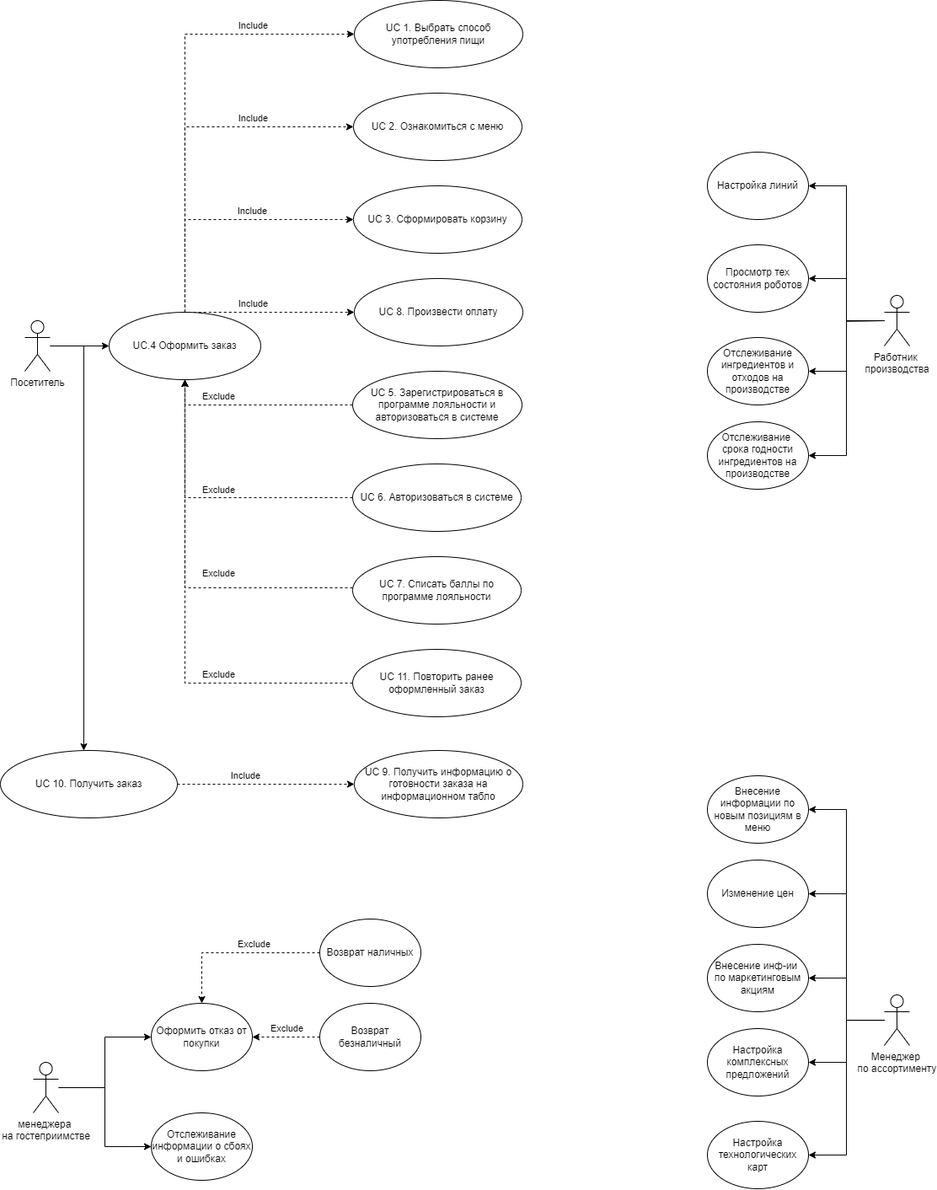
Before: images/UseCase.png, a diagram exported from draw.io (Mimitrii/RoboPoint). Source tidied: cells renumbered, new cells last; positions are measured from the earlier drawing's top-left corner, leaving out a move shared by most shapes.
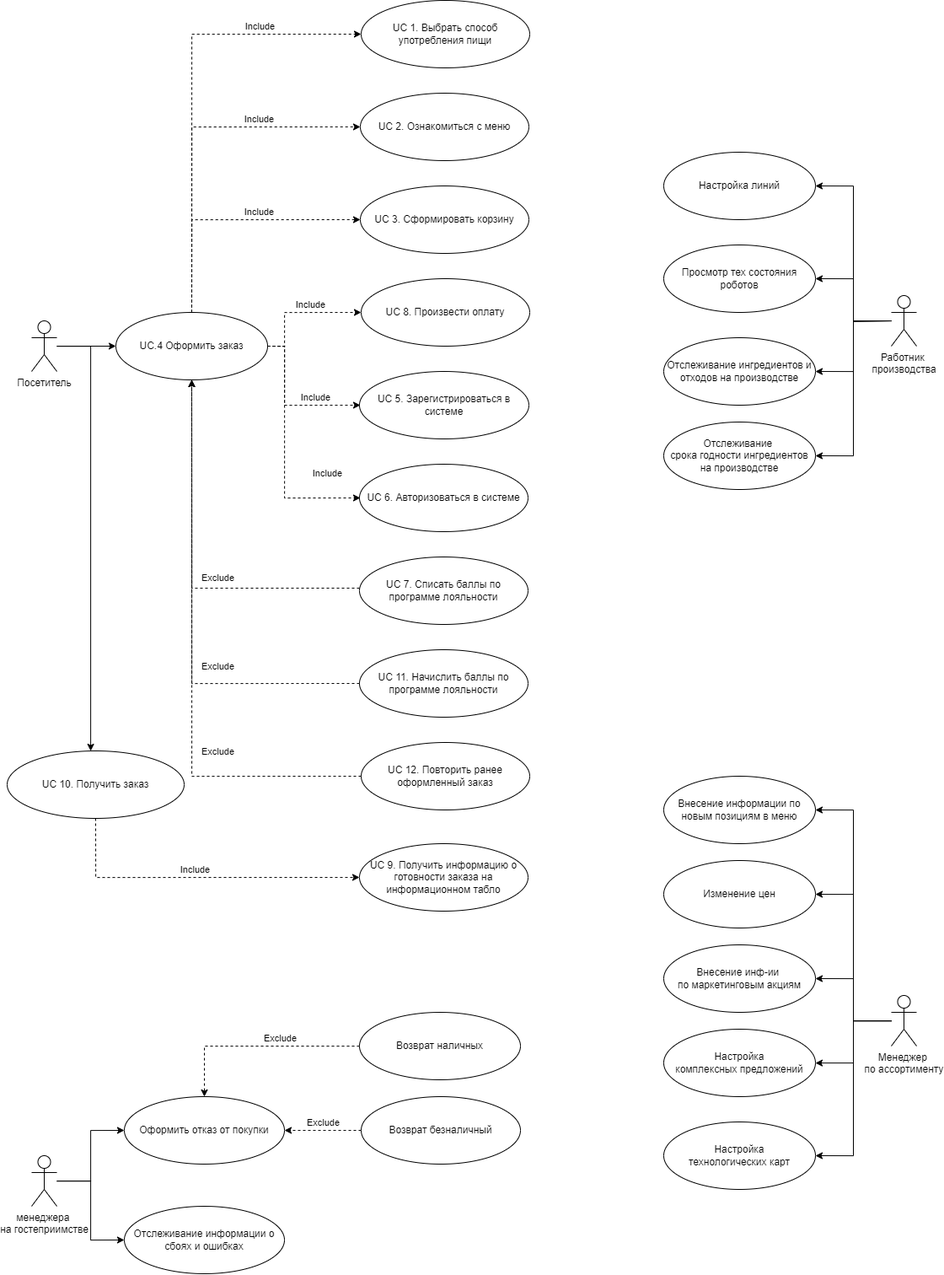
After the commit.

Change to the diagram source:
```diff
@@ -22,7 +22,7 @@
       <mxGeometry relative="1" as="geometry" />
     </mxCell>
     <mxCell id="7" value="менеджера&amp;nbsp;&lt;div&gt;на гостеприимстве&lt;/div&gt;" style="shape=umlActor;verticalLabelPosition=bottom;verticalAlign=top;html=1;outlineConnect=0;" parent="1" vertex="1">
-      <mxGeometry x="39" y="1260" width="30" height="60" as="geometry" />
+      <mxGeometry x="29" y="1370" width="30" height="60" as="geometry" />
     </mxCell>
     <mxCell id="8" style="edgeStyle=orthogonalEdgeStyle;rounded=0;jettySize=auto;html=1;entryX=1;entryY=0.5;entryDx=0;entryDy=0;" parent="1" edge="1" source="9" target="30">
       <mxGeometry relative="1" as="geometry" />
@@ -50,17 +50,17 @@
         <mxPoint x="-11" y="-7" as="offset" />
       </mxGeometry>
     </mxCell>
-    <mxCell id="14" style="edgeStyle=orthogonalEdgeStyle;rounded=0;jettySize=auto;html=1;dashed=1;entryX=0;entryY=0.5;entryDx=0;entryDy=0;" parent="1" edge="1" source="16" target="17">
+    <mxCell id="14" style="edgeStyle=orthogonalEdgeStyle;rounded=0;jettySize=auto;html=1;dashed=1;entryX=0;entryY=0.5;entryDx=0;entryDy=0;exitX=1;exitY=0.5;exitDx=0;exitDy=0;" parent="1" edge="1" source="16" target="17">
       <mxGeometry relative="1" as="geometry">
         <Array as="points">
-          <mxPoint x="319" y="370" />
-          <mxPoint x="319" y="370" />
+          <mxPoint x="329" y="410" />
+          <mxPoint x="329" y="370" />
         </Array>
       </mxGeometry>
     </mxCell>
     <mxCell id="15" value="Include" style="edgeLabel;html=1;align=center;verticalAlign=middle;" parent="14" vertex="1">
       <mxGeometry x="0.23" y="2" relative="1" as="geometry">
-        <mxPoint x="-44" y="-8" as="offset" />
+        <mxPoint x="-3" y="-8" as="offset" />
       </mxGeometry>
     </mxCell>
     <mxCell id="16" value="&lt;div&gt;UC.4 Оформить заказ&lt;/div&gt;" style="ellipse;whiteSpace=wrap;html=1;" parent="1" vertex="1">
@@ -75,14 +75,14 @@
     <mxCell id="19" style="edgeStyle=orthogonalEdgeStyle;rounded=0;jettySize=auto;html=1;entryX=0;entryY=0.5;entryDx=0;entryDy=0;" parent="1" edge="1" source="3" target="16">
       <mxGeometry relative="1" as="geometry" />
     </mxCell>
-    <mxCell id="20" value="UC 5. Зарегистрироваться в программе лояльности и авторизоваться в системе" style="ellipse;whiteSpace=wrap;html=1;" parent="1" vertex="1">
+    <mxCell id="20" value="UC 5. Зарегистрироваться в системе" style="ellipse;whiteSpace=wrap;html=1;" parent="1" vertex="1">
       <mxGeometry x="418" y="440" width="201" height="80" as="geometry" />
     </mxCell>
     <mxCell id="21" value="UC 10. Получить заказ" style="ellipse;whiteSpace=wrap;html=1;" parent="1" vertex="1">
       <mxGeometry y="890" width="210" height="80" as="geometry" />
     </mxCell>
     <mxCell id="22" value="Оформить отказ от покупки" style="ellipse;whiteSpace=wrap;html=1;" parent="1" vertex="1">
-      <mxGeometry x="179" y="1190" width="120" height="80" as="geometry" />
+      <mxGeometry x="139" y="1300" width="190" height="80" as="geometry" />
     </mxCell>
     <mxCell id="23" style="edgeStyle=orthogonalEdgeStyle;rounded=0;jettySize=auto;html=1;dashed=1;" parent="1" edge="1" source="25" target="22">
       <mxGeometry relative="1" as="geometry" />
@@ -93,7 +93,7 @@
       </mxGeometry>
     </mxCell>
     <mxCell id="25" value="Возврат наличных" style="ellipse;whiteSpace=wrap;html=1;" parent="1" vertex="1">
-      <mxGeometry x="379" y="1090" width="120" height="80" as="geometry" />
+      <mxGeometry x="418" y="1200" width="191" height="80" as="geometry" />
     </mxCell>
     <mxCell id="26" style="edgeStyle=orthogonalEdgeStyle;rounded=0;jettySize=auto;html=1;dashed=1;" parent="1" edge="1" source="28" target="22">
       <mxGeometry relative="1" as="geometry" />
@@ -104,13 +104,13 @@
       </mxGeometry>
     </mxCell>
     <mxCell id="28" value="Возврат безналичный" style="ellipse;whiteSpace=wrap;html=1;" parent="1" vertex="1">
-      <mxGeometry x="379" y="1190" width="120" height="80" as="geometry" />
+      <mxGeometry x="420" y="1300" width="189" height="80" as="geometry" />
     </mxCell>
     <mxCell id="29" value="Отслеживание информации о сбоях и ошибках" style="ellipse;whiteSpace=wrap;html=1;" parent="1" vertex="1">
-      <mxGeometry x="179" y="1320" width="120" height="80" as="geometry" />
+      <mxGeometry x="139" y="1430" width="190" height="80" as="geometry" />
     </mxCell>
     <mxCell id="30" value="Просмотр тех состояния роботов" style="ellipse;whiteSpace=wrap;html=1;" parent="1" vertex="1">
-      <mxGeometry x="839" y="290" width="120" height="80" as="geometry" />
+      <mxGeometry x="779" y="290" width="180" height="80" as="geometry" />
     </mxCell>
     <mxCell id="31" style="edgeStyle=orthogonalEdgeStyle;rounded=0;jettySize=auto;html=1;entryX=1;entryY=0.5;entryDx=0;entryDy=0;" parent="1" edge="1" source="36" target="37">
       <mxGeometry relative="1" as="geometry">
@@ -136,37 +136,25 @@
       <mxGeometry x="1049" y="1180" width="30" height="60" as="geometry" />
     </mxCell>
     <mxCell id="37" value="Изменение цен" style="ellipse;whiteSpace=wrap;html=1;" parent="1" vertex="1">
-      <mxGeometry x="839" y="1020" width="120" height="80" as="geometry" />
+      <mxGeometry x="779" y="1020" width="180" height="80" as="geometry" />
     </mxCell>
     <mxCell id="38" value="Внесение инф-ии&amp;nbsp;&lt;div&gt;по маркетинговым акциям&lt;/div&gt;" style="ellipse;whiteSpace=wrap;html=1;" parent="1" vertex="1">
-      <mxGeometry x="839" y="1120" width="120" height="80" as="geometry" />
+      <mxGeometry x="779" y="1120" width="180" height="80" as="geometry" />
     </mxCell>
     <mxCell id="39" value="&lt;div&gt;Настройка&lt;/div&gt;&lt;div&gt;комплексных предложений&lt;/div&gt;" style="ellipse;whiteSpace=wrap;html=1;" parent="1" vertex="1">
-      <mxGeometry x="839" y="1220" width="120" height="80" as="geometry" />
+      <mxGeometry x="779" y="1220" width="180" height="80" as="geometry" />
     </mxCell>
     <mxCell id="40" value="Настройка&lt;div&gt;технологических карт&lt;/div&gt;" style="ellipse;whiteSpace=wrap;html=1;" parent="1" vertex="1">
-      <mxGeometry x="839" y="1330" width="120" height="80" as="geometry" />
+      <mxGeometry x="779" y="1330" width="180" height="80" as="geometry" />
     </mxCell>
     <mxCell id="41" value="Внесение информации по новым позициям в меню" style="ellipse;whiteSpace=wrap;html=1;" parent="1" vertex="1">
-      <mxGeometry x="839" y="920" width="120" height="80" as="geometry" />
+      <mxGeometry x="779" y="920" width="180" height="80" as="geometry" />
     </mxCell>
     <mxCell id="42" value="UC 6.&amp;nbsp;Авторизоваться в системе" style="ellipse;whiteSpace=wrap;html=1;" parent="1" vertex="1">
       <mxGeometry x="418" y="550" width="200" height="80" as="geometry" />
     </mxCell>
-    <mxCell id="43" style="edgeStyle=orthogonalEdgeStyle;rounded=0;jettySize=auto;html=1;dashed=1;exitX=0;exitY=0.5;exitDx=0;exitDy=0;entryX=0.5;entryY=1;entryDx=0;entryDy=0;" parent="1" edge="1" source="42" target="16">
-      <mxGeometry relative="1" as="geometry">
-        <Array as="points">
-          <mxPoint x="219" y="590" />
-        </Array>
-      </mxGeometry>
-    </mxCell>
-    <mxCell id="44" value="Exclude" style="edgeLabel;html=1;align=center;verticalAlign=middle;" parent="43" vertex="1">
-      <mxGeometry x="0.47" y="-1" relative="1" as="geometry">
-        <mxPoint x="39" y="-70" as="offset" />
-      </mxGeometry>
-    </mxCell>
     <mxCell id="45" value="Настройка линий" style="ellipse;whiteSpace=wrap;html=1;" parent="1" vertex="1">
-      <mxGeometry x="839" y="180" width="120" height="80" as="geometry" />
+      <mxGeometry x="779" y="180" width="180" height="80" as="geometry" />
     </mxCell>
     <mxCell id="46" style="edgeStyle=orthogonalEdgeStyle;rounded=0;jettySize=auto;html=1;entryX=1;entryY=0.5;entryDx=0;entryDy=0;" parent="1" edge="1" target="45">
       <mxGeometry relative="1" as="geometry">
@@ -178,10 +166,10 @@
       </mxGeometry>
     </mxCell>
     <mxCell id="47" value="Отслеживание ингредиентов и отходов на производстве" style="ellipse;whiteSpace=wrap;html=1;" parent="1" vertex="1">
-      <mxGeometry x="839" y="400" width="120" height="80" as="geometry" />
+      <mxGeometry x="779" y="400" width="180" height="80" as="geometry" />
     </mxCell>
     <mxCell id="48" value="Отслеживание&amp;nbsp;&lt;div&gt;срока годности ингредиентов на производстве&lt;/div&gt;" style="ellipse;whiteSpace=wrap;html=1;" parent="1" vertex="1">
-      <mxGeometry x="839" y="500" width="120" height="80" as="geometry" />
+      <mxGeometry x="779" y="500" width="180" height="80" as="geometry" />
     </mxCell>
     <mxCell id="49" style="edgeStyle=orthogonalEdgeStyle;rounded=0;jettySize=auto;html=1;entryX=1;entryY=0.5;entryDx=0;entryDy=0;" parent="1" edge="1" target="47">
       <mxGeometry relative="1" as="geometry">
@@ -205,13 +193,13 @@
     </mxCell>
     <mxCell id="53" value="Exclude" style="edgeLabel;html=1;align=center;verticalAlign=middle;" parent="52" vertex="1">
       <mxGeometry x="0.47" y="-1" relative="1" as="geometry">
-        <mxPoint x="39" y="12" as="offset" />
+        <mxPoint x="29" y="222" as="offset" />
       </mxGeometry>
     </mxCell>
     <mxCell id="54" value="UC 9. Получить информацию о готовности заказа на информационном табло" style="ellipse;whiteSpace=wrap;html=1;" parent="1" vertex="1">
-      <mxGeometry x="420" y="890" width="200" height="80" as="geometry" />
+      <mxGeometry x="418" y="1000" width="200" height="80" as="geometry" />
     </mxCell>
-    <mxCell id="55" style="edgeStyle=orthogonalEdgeStyle;rounded=0;jettySize=auto;html=1;dashed=1;entryX=0;entryY=0.5;entryDx=0;entryDy=0;" parent="1" edge="1" source="21" target="54">
+    <mxCell id="55" style="edgeStyle=orthogonalEdgeStyle;rounded=0;jettySize=auto;html=1;dashed=1;entryX=0;entryY=0.5;entryDx=0;entryDy=0;exitX=0.5;exitY=1;exitDx=0;exitDy=0;" parent="1" edge="1" source="21" target="54">
       <mxGeometry relative="1" as="geometry" />
     </mxCell>
     <mxCell id="56" value="Include" style="edgeLabel;html=1;align=center;verticalAlign=middle;" parent="55" vertex="1">
@@ -234,32 +222,66 @@
         <mxPoint x="41" y="-9" as="offset" />
       </mxGeometry>
     </mxCell>
-    <mxCell id="60" value="UC 11. Повторить ранее оформленный заказ" style="ellipse;whiteSpace=wrap;html=1;" parent="1" vertex="1">
-      <mxGeometry x="418" y="770" width="200" height="80" as="geometry" />
+    <mxCell id="60" value="UC 12. Повторить ранее оформленный заказ" style="ellipse;whiteSpace=wrap;html=1;" parent="1" vertex="1">
+      <mxGeometry x="420" y="880" width="200" height="80" as="geometry" />
     </mxCell>
-    <mxCell id="61" style="edgeStyle=orthogonalEdgeStyle;rounded=0;jettySize=auto;html=1;dashed=1;exitX=0;exitY=0.5;exitDx=0;exitDy=0;" parent="1" edge="1" source="60" target="16">
+    <mxCell id="61" style="edgeStyle=orthogonalEdgeStyle;rounded=0;jettySize=auto;html=1;dashed=1;exitX=0;exitY=0.5;exitDx=0;exitDy=0;" parent="1" edge="1" source="60">
       <mxGeometry relative="1" as="geometry">
+        <mxPoint x="219" y="450" as="targetPoint" />
         <Array as="points">
-          <mxPoint x="219" y="810" />
+          <mxPoint x="219" y="920" />
         </Array>
       </mxGeometry>
     </mxCell>
     <mxCell id="62" value="Exclude" style="edgeLabel;html=1;align=center;verticalAlign=middle;" parent="61" vertex="1">
       <mxGeometry x="0.47" y="-1" relative="1" as="geometry">
-        <mxPoint x="39" y="82" as="offset" />
+        <mxPoint x="29" y="56" as="offset" />
       </mxGeometry>
     </mxCell>
-    <mxCell id="63" style="edgeStyle=orthogonalEdgeStyle;rounded=0;jettySize=auto;html=1;dashed=1;exitX=0;exitY=0.5;exitDx=0;exitDy=0;entryX=0.5;entryY=1;entryDx=0;entryDy=0;" parent="1" edge="1" source="20" target="16">
-      <mxGeometry relative="1" as="geometry">
-        <Array as="points">
-          <mxPoint x="219" y="480" />
-        </Array>
-      </mxGeometry>
-    </mxCell>
-    <mxCell id="64" value="Exclude" style="edgeLabel;html=1;align=center;verticalAlign=middle;" parent="63" vertex="1">
-      <mxGeometry x="0.47" y="-1" relative="1" as="geometry">
-        <mxPoint x="9" y="321" as="offset" />
-      </mxGeometry>
-    </mxCell>
+    <mxCell id="65" value="UC 11.&amp;nbsp;Начислить баллы по программе лояльности" style="ellipse;whiteSpace=wrap;html=1;" parent="1" vertex="1">
+      <mxGeometry x="418" y="770" width="200" height="80" as="geometry" />
+    </mxCell>
+    <mxCell id="66" style="edgeStyle=orthogonalEdgeStyle;rounded=0;jettySize=auto;html=1;dashed=1;exitX=0;exitY=0.5;exitDx=0;exitDy=0;" parent="1" edge="1" source="65">
+      <mxGeometry relative="1" as="geometry">
+        <mxPoint x="219" y="450" as="targetPoint" />
+        <Array as="points">
+          <mxPoint x="219" y="810" />
+        </Array>
+      </mxGeometry>
+    </mxCell>
+    <mxCell id="67" value="Exclude" style="edgeLabel;html=1;align=center;verticalAlign=middle;" parent="66" vertex="1">
+      <mxGeometry x="0.47" y="-1" relative="1" as="geometry">
+        <mxPoint x="29" y="292" as="offset" />
+      </mxGeometry>
+    </mxCell>
+    <mxCell id="68" style="edgeStyle=orthogonalEdgeStyle;rounded=0;orthogonalLoop=1;jettySize=auto;html=1;dashed=1;" parent="1" edge="1">
+      <mxGeometry relative="1" as="geometry">
+        <mxPoint x="309" y="410" as="sourcePoint" />
+        <mxPoint x="419" y="480" as="targetPoint" />
+        <Array as="points">
+          <mxPoint x="329" y="410" />
+          <mxPoint x="329" y="480" />
+        </Array>
+      </mxGeometry>
+    </mxCell>
+    <mxCell id="69" value="Include" style="edgeLabel;html=1;align=center;verticalAlign=middle;" parent="68" vertex="1">
+      <mxGeometry x="0.23" y="2" relative="1" as="geometry">
+        <mxPoint x="15" y="-8" as="offset" />
+      </mxGeometry>
+    </mxCell>
+    <mxCell id="70" style="edgeStyle=orthogonalEdgeStyle;rounded=0;jettySize=auto;html=1;dashed=1;exitX=1;exitY=0.5;exitDx=0;exitDy=0;" parent="1" edge="1" source="16">
+      <mxGeometry relative="1" as="geometry">
+        <mxPoint x="419" y="590" as="targetPoint" />
+        <Array as="points">
+          <mxPoint x="329" y="410" />
+          <mxPoint x="329" y="590" />
+        </Array>
+      </mxGeometry>
+    </mxCell>
+    <mxCell id="71" value="Include" style="edgeLabel;html=1;align=center;verticalAlign=middle;" parent="70" vertex="1">
+      <mxGeometry x="0.23" y="2" relative="1" as="geometry">
+        <mxPoint x="48" y="-8" as="offset" />
+      </mxGeometry>
+    </mxCell>
   </root>
 </mxGraphModel>
```
